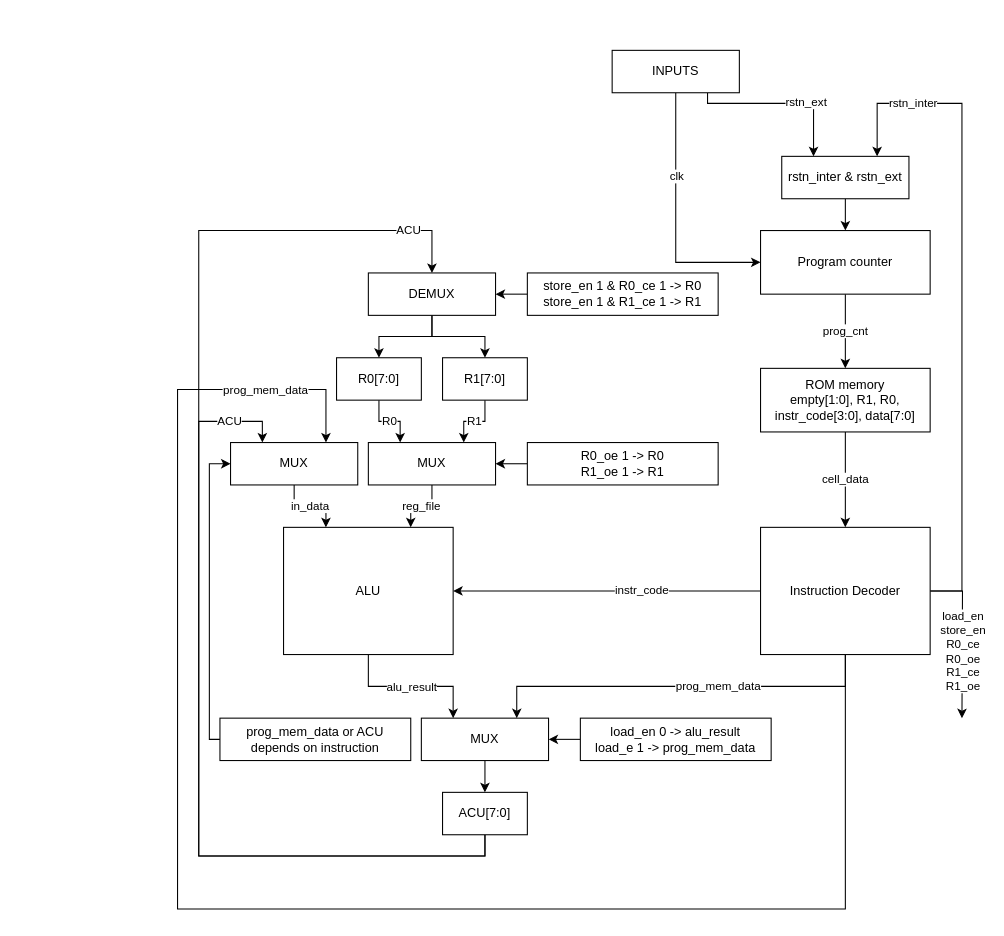
The draw.io diagram sch/hdl-processor.drawio in r-smalec/hdl-processor, before the edit. Source tidied: cells renumbered, new cells numbered last; positions are measured from the earlier drawing's top-left corner, leaving out a move shared by most shapes. Both pictures are drawn from the tidied source at 106%, with x=0, y=0 at pixel (177, 50).
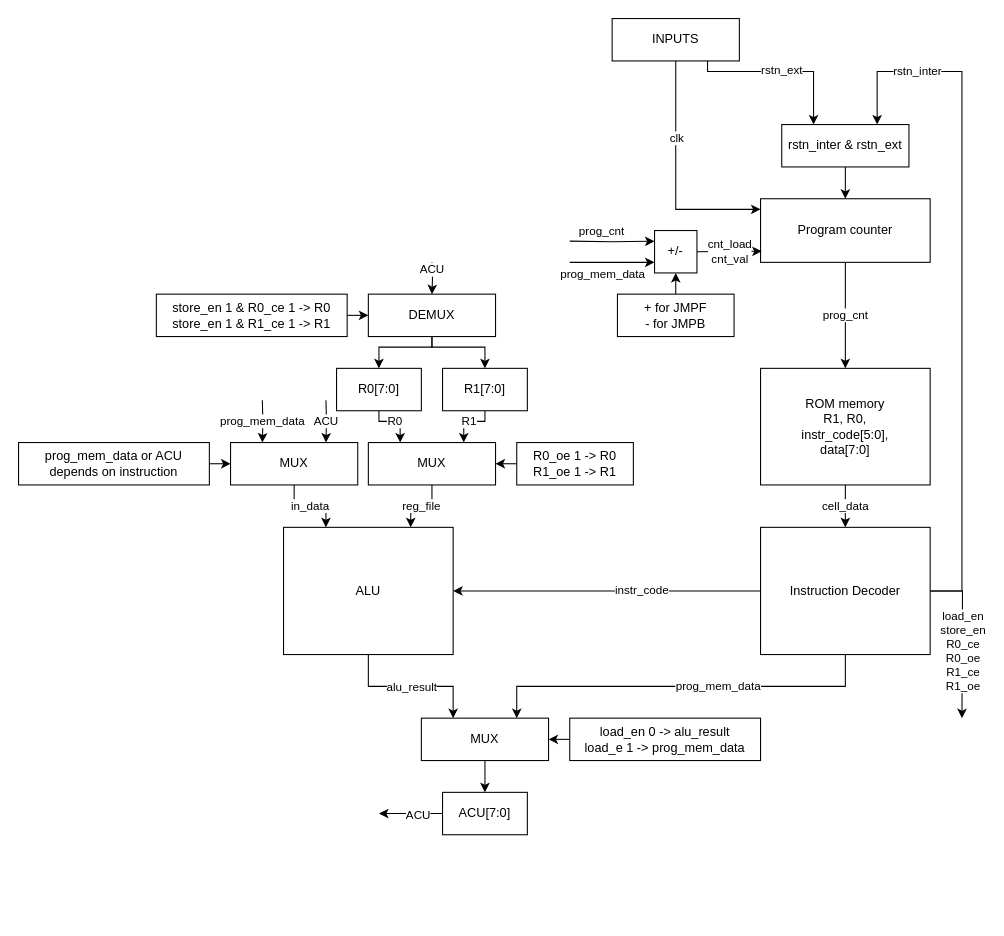
The same page after the edit.

The change refers to these unchanged cells:
```xml
<mxCell id="10" value="MUX" style="whiteSpace=wrap;html=1;" parent="1" vertex="1">
  <mxGeometry x="180" y="370" width="120" height="40" as="geometry" />
</mxCell>
<mxCell id="14" value="ACU[7:0]" style="whiteSpace=wrap;html=1;" parent="1" vertex="1">
  <mxGeometry x="250" y="700" width="80" height="40" as="geometry" />
</mxCell>
<mxCell id="23" value="Instruction Decoder" style="whiteSpace=wrap;html=1;" parent="1" vertex="1">
  <mxGeometry x="550" y="450" width="160" height="120" as="geometry" />
</mxCell>
<mxCell id="47" value="MUX" style="whiteSpace=wrap;html=1;" parent="1" vertex="1">
  <mxGeometry x="50" y="370" width="120" height="40" as="geometry" />
</mxCell>
```

Diff of the diagram source:
```diff
@@
     <mxCell id="6" value="R0[7:0]" style="whiteSpace=wrap;html=1;" parent="1" vertex="1">
-      <mxGeometry x="150" y="290" width="80" height="40" as="geometry" />
+      <mxGeometry x="150" y="300" width="80" height="40" as="geometry" />
     </mxCell>
     <mxCell id="7" value="R1" style="edgeStyle=orthogonalEdgeStyle;rounded=0;html=1;entryX=0.75;entryY=0;entryDx=0;entryDy=0;" parent="1" edge="1" source="8" target="10">
-      <mxGeometry relative="1" as="geometry" />
+      <mxGeometry relative="1" as="geometry">
+        <Array as="points">
+          <mxPoint x="290" y="350" />
+          <mxPoint x="270" y="350" />
+        </Array>
+      </mxGeometry>
     </mxCell>
     <mxCell id="8" value="R1[7:0]" style="whiteSpace=wrap;html=1;" parent="1" vertex="1">
-      <mxGeometry x="250" y="290" width="80" height="40" as="geometry" />
+      <mxGeometry x="250" y="300" width="80" height="40" as="geometry" />
     </mxCell>
@@
-    <mxCell id="11" style="edgeStyle=orthogonalEdgeStyle;rounded=0;html=1;entryX=0.5;entryY=0;entryDx=0;entryDy=0;" parent="1" edge="1" source="14" target="32">
-      <mxGeometry relative="1" as="geometry">
-        <Array as="points">
-          <mxPoint x="290" y="760" />
-          <mxPoint x="20" y="760" />
-          <mxPoint x="20" y="170" />
-          <mxPoint x="240" y="170" />
-        </Array>
-      </mxGeometry>
-    </mxCell>
+    <mxCell id="50" style="edgeStyle=orthogonalEdgeStyle;rounded=0;html=1;" parent="1" edge="1" source="14">
+      <mxGeometry relative="1" as="geometry">
+        <mxPoint x="190" y="720" as="targetPoint" />
+      </mxGeometry>
+    </mxCell>
-    <mxCell id="12" value="ACU" style="edgeLabel;html=1;align=center;verticalAlign=middle;" parent="11" vertex="1">
-      <mxGeometry x="0.89" y="1" relative="1" as="geometry" />
+    <mxCell id="12" value="ACU" style="edgeLabel;html=1;align=center;verticalAlign=middle;" parent="50" vertex="1">
+      <mxGeometry x="-0.21" y="1" relative="1" as="geometry" />
     </mxCell>
-    <mxCell id="13" value="ACU" style="edgeStyle=orthogonalEdgeStyle;rounded=0;html=1;entryX=0.25;entryY=0;entryDx=0;entryDy=0;" parent="1" edge="1" source="14" target="47">
-      <mxGeometry x="0.87" relative="1" as="geometry">
-        <Array as="points">
-          <mxPoint x="290" y="760" />
-          <mxPoint x="20" y="760" />
-          <mxPoint x="20" y="350" />
-          <mxPoint x="80" y="350" />
-        </Array>
-      </mxGeometry>
-    </mxCell>
@@
     <mxCell id="20" value="rstn_inter" style="edgeStyle=orthogonalEdgeStyle;rounded=0;html=1;entryX=0.75;entryY=0;entryDx=0;entryDy=0;" parent="1" edge="1" source="23" target="40">
       <mxGeometry x="0.73" relative="1" as="geometry">
         <Array as="points">
           <mxPoint x="740" y="510" />
-          <mxPoint x="740" y="50" />
-          <mxPoint x="660" y="50" />
+          <mxPoint x="740" y="20" />
+          <mxPoint x="660" y="20" />
         </Array>
       </mxGeometry>
     </mxCell>
-    <mxCell id="21" style="edgeStyle=orthogonalEdgeStyle;rounded=0;html=1;entryX=0.75;entryY=0;entryDx=0;entryDy=0;" parent="1" edge="1" source="23" target="47">
-      <mxGeometry relative="1" as="geometry">
-        <Array as="points">
-          <mxPoint x="630" y="810" />
-          <mxPoint y="810" />
-          <mxPoint y="320" />
-          <mxPoint x="140" y="320" />
-        </Array>
-      </mxGeometry>
-    </mxCell>
-    <mxCell id="22" value="prog_mem_data" style="edgeLabel;html=1;align=center;verticalAlign=middle;" parent="21" vertex="1">
-      <mxGeometry x="0.86" relative="1" as="geometry" />
-    </mxCell>
@@
     <mxCell id="27" value="load_en 0 -&amp;gt; alu_result&lt;br&gt;load_e 1 -&amp;gt; prog_mem_data" style="whiteSpace=wrap;html=1;" parent="1" vertex="1">
-      <mxGeometry x="380" y="630" width="180" height="40" as="geometry" />
+      <mxGeometry x="370" y="630" width="180" height="40" as="geometry" />
     </mxCell>
@@
     <mxCell id="29" value="R0_oe 1 -&amp;gt; R0&lt;br&gt;R1_oe 1&amp;nbsp;-&amp;gt; R1" style="whiteSpace=wrap;html=1;" parent="1" vertex="1">
-      <mxGeometry x="330" y="370" width="180" height="40" as="geometry" />
+      <mxGeometry x="320" y="370" width="110" height="40" as="geometry" />
     </mxCell>
     <mxCell id="30" style="edgeStyle=orthogonalEdgeStyle;rounded=0;html=1;entryX=0.5;entryY=0;entryDx=0;entryDy=0;" parent="1" edge="1" source="32" target="6">
-      <mxGeometry relative="1" as="geometry" />
+      <mxGeometry relative="1" as="geometry">
+        <Array as="points">
+          <mxPoint x="240" y="280" />
+          <mxPoint x="190" y="280" />
+        </Array>
+      </mxGeometry>
     </mxCell>
     <mxCell id="31" style="edgeStyle=orthogonalEdgeStyle;rounded=0;html=1;entryX=0.5;entryY=0;entryDx=0;entryDy=0;" parent="1" edge="1" source="32" target="8">
-      <mxGeometry relative="1" as="geometry" />
+      <mxGeometry relative="1" as="geometry">
+        <Array as="points">
+          <mxPoint x="240" y="280" />
+          <mxPoint x="290" y="280" />
+        </Array>
+      </mxGeometry>
     </mxCell>
     <mxCell id="32" value="DEMUX" style="whiteSpace=wrap;html=1;" parent="1" vertex="1">
-      <mxGeometry x="180" y="210" width="120" height="40" as="geometry" />
+      <mxGeometry x="180" y="230" width="120" height="40" as="geometry" />
     </mxCell>
-    <mxCell id="33" style="edgeStyle=orthogonalEdgeStyle;rounded=0;html=1;entryX=1;entryY=0.5;entryDx=0;entryDy=0;" parent="1" edge="1" source="34" target="32">
+    <mxCell id="33" style="edgeStyle=orthogonalEdgeStyle;rounded=0;html=1;entryX=0;entryY=0.5;entryDx=0;entryDy=0;" parent="1" edge="1" source="34" target="32">
       <mxGeometry relative="1" as="geometry" />
     </mxCell>
     <mxCell id="34" value="store_en 1 &amp;amp; R0_ce 1 -&amp;gt; R0&lt;br&gt;store_en 1 &amp;amp; R1_ce 1&amp;nbsp;-&amp;gt; R1" style="whiteSpace=wrap;html=1;" parent="1" vertex="1">
-      <mxGeometry x="330" y="210" width="180" height="40" as="geometry" />
+      <mxGeometry x="-20" y="230" width="180" height="40" as="geometry" />
     </mxCell>
@@
-    <mxCell id="36" value="ROM memory&lt;br&gt;empty[1:0], R1, R0, instr_code[3:0], data[7:0]" style="whiteSpace=wrap;html=1;" parent="1" vertex="1">
-      <mxGeometry x="550" y="300" width="160" height="60" as="geometry" />
+    <mxCell id="36" value="ROM memory&lt;br&gt;R1, R0,&lt;br&gt;instr_code[5:0],&lt;br&gt;data[7:0]" style="whiteSpace=wrap;html=1;" parent="1" vertex="1">
+      <mxGeometry x="550" y="300" width="160" height="110" as="geometry" />
     </mxCell>
-    <mxCell id="37" value="prog_cnt" style="edgeStyle=orthogonalEdgeStyle;rounded=0;html=1;" parent="1" edge="1" source="38" target="36">
+    <mxCell id="37" value="prog_cnt" style="edgeStyle=orthogonalEdgeStyle;rounded=0;html=1;exitX=0.5;exitY=1;exitDx=0;exitDy=0;" parent="1" edge="1" source="38" target="36">
       <mxGeometry relative="1" as="geometry" />
     </mxCell>
     <mxCell id="38" value="Program counter" style="whiteSpace=wrap;html=1;" parent="1" vertex="1">
-      <mxGeometry x="550" y="170" width="160" height="60" as="geometry" />
+      <mxGeometry x="550" y="140" width="160" height="60" as="geometry" />
     </mxCell>
@@
     <mxCell id="40" value="rstn_inter &amp;amp; rstn_ext" style="whiteSpace=wrap;html=1;" parent="1" vertex="1">
-      <mxGeometry x="570" y="100" width="120" height="40" as="geometry" />
+      <mxGeometry x="570" y="70" width="120" height="40" as="geometry" />
     </mxCell>
     <mxCell id="41" style="edgeStyle=orthogonalEdgeStyle;rounded=0;html=1;entryX=0.25;entryY=0;entryDx=0;entryDy=0;" parent="1" edge="1" source="45" target="40">
       <mxGeometry relative="1" as="geometry">
         <Array as="points">
-          <mxPoint x="500" y="50" />
-          <mxPoint x="600" y="50" />
+          <mxPoint x="500" y="20" />
+          <mxPoint x="600" y="20" />
         </Array>
       </mxGeometry>
     </mxCell>
     <mxCell id="42" value="rstn_ext" style="edgeLabel;html=1;align=center;verticalAlign=middle;" parent="41" vertex="1">
       <mxGeometry x="-0.61" y="2" relative="1" as="geometry">
-        <mxPoint x="71" as="offset" />
+        <mxPoint x="48" as="offset" />
       </mxGeometry>
     </mxCell>
-    <mxCell id="43" style="edgeStyle=orthogonalEdgeStyle;rounded=0;html=1;entryX=0;entryY=0.5;entryDx=0;entryDy=0;" parent="1" edge="1" source="45" target="38">
+    <mxCell id="43" style="edgeStyle=orthogonalEdgeStyle;rounded=0;html=1;" parent="1" edge="1" source="45">
       <mxGeometry relative="1" as="geometry">
+        <mxPoint x="550" y="150" as="targetPoint" />
         <Array as="points">
-          <mxPoint x="470" y="200" />
+          <mxPoint x="470" y="150" />
+          <mxPoint x="550" y="150" />
         </Array>
       </mxGeometry>
     </mxCell>
@@
     <mxCell id="45" value="INPUTS" style="whiteSpace=wrap;html=1;" parent="1" vertex="1">
-      <mxGeometry x="410" width="120" height="40" as="geometry" />
+      <mxGeometry x="410" y="-30" width="120" height="40" as="geometry" />
     </mxCell>
@@
     <mxCell id="48" style="edgeStyle=orthogonalEdgeStyle;rounded=0;html=1;entryX=0;entryY=0.5;entryDx=0;entryDy=0;" parent="1" edge="1" source="49" target="47">
-      <mxGeometry relative="1" as="geometry">
-        <Array as="points">
-          <mxPoint x="30" y="650" />
-          <mxPoint x="30" y="390" />
-        </Array>
-      </mxGeometry>
+      <mxGeometry relative="1" as="geometry" />
     </mxCell>
     <mxCell id="49" value="prog_mem_data or ACU depends on instruction" style="whiteSpace=wrap;html=1;" parent="1" vertex="1">
-      <mxGeometry x="40" y="630" width="180" height="40" as="geometry" />
+      <mxGeometry x="-150" y="370" width="180" height="40" as="geometry" />
     </mxCell>
+    <mxCell id="51" value="cnt_load&lt;br&gt;cnt_val" style="edgeStyle=none;html=1;entryX=0.007;entryY=0.826;entryDx=0;entryDy=0;entryPerimeter=0;" parent="1" edge="1" target="38">
+      <mxGeometry relative="1" as="geometry">
+        <mxPoint x="490" y="190" as="sourcePoint" />
+      </mxGeometry>
+    </mxCell>
+    <mxCell id="52" style="edgeStyle=orthogonalEdgeStyle;rounded=0;html=1;entryX=0;entryY=0.75;entryDx=0;entryDy=0;" parent="1" edge="1">
+      <mxGeometry relative="1" as="geometry">
+        <mxPoint x="370" y="200" as="sourcePoint" />
+        <mxPoint x="450" y="200" as="targetPoint" />
+        <Array as="points">
+          <mxPoint x="375" y="200" />
+        </Array>
+      </mxGeometry>
+    </mxCell>
+    <mxCell id="53" style="edgeLabel;html=1;align=center;verticalAlign=middle;" parent="52" vertex="1">
+      <mxGeometry x="-0.34" y="1" relative="1" as="geometry" />
+    </mxCell>
+    <mxCell id="22" value="prog_mem_data" style="edgeLabel;html=1;align=center;verticalAlign=middle;" parent="52" vertex="1">
+      <mxGeometry x="-0.36" relative="1" as="geometry">
+        <mxPoint x="4" y="10" as="offset" />
+      </mxGeometry>
+    </mxCell>
+    <mxCell id="54" value="ACU" style="edgeStyle=orthogonalEdgeStyle;rounded=0;html=1;" parent="1" edge="1" target="32">
+      <mxGeometry x="-0.51" relative="1" as="geometry">
+        <mxPoint x="240" y="200" as="sourcePoint" />
+      </mxGeometry>
+    </mxCell>
+    <mxCell id="55" value="ACU" style="edgeStyle=orthogonalEdgeStyle;rounded=0;html=1;entryX=0.75;entryY=0;entryDx=0;entryDy=0;" parent="1" edge="1" target="47">
+      <mxGeometry relative="1" as="geometry">
+        <mxPoint x="140" y="330" as="sourcePoint" />
+      </mxGeometry>
+    </mxCell>
+    <mxCell id="56" value="prog_mem_data" style="edgeStyle=orthogonalEdgeStyle;rounded=0;html=1;entryX=0.25;entryY=0;entryDx=0;entryDy=0;" parent="1" edge="1" target="47">
+      <mxGeometry relative="1" as="geometry">
+        <mxPoint x="80" y="330" as="sourcePoint" />
+      </mxGeometry>
+    </mxCell>
+    <mxCell id="57" style="edgeStyle=orthogonalEdgeStyle;rounded=0;html=1;entryX=0.5;entryY=1;entryDx=0;entryDy=0;" parent="1" edge="1" source="58">
+      <mxGeometry relative="1" as="geometry">
+        <mxPoint x="470" y="210" as="targetPoint" />
+      </mxGeometry>
+    </mxCell>
+    <mxCell id="58" value="+ for JMPF&lt;br&gt;- for JMPB" style="whiteSpace=wrap;html=1;" parent="1" vertex="1">
+      <mxGeometry x="415" y="230" width="110" height="40" as="geometry" />
+    </mxCell>
+    <mxCell id="59" value="+/-" style="whiteSpace=wrap;html=1;" parent="1" vertex="1">
+      <mxGeometry x="450" y="170" width="40" height="40" as="geometry" />
+    </mxCell>
+    <mxCell id="60" style="edgeStyle=orthogonalEdgeStyle;rounded=0;html=1;entryX=0;entryY=0.25;entryDx=0;entryDy=0;" parent="1" edge="1" target="59">
+      <mxGeometry relative="1" as="geometry">
+        <mxPoint x="370" y="180" as="sourcePoint" />
+      </mxGeometry>
+    </mxCell>
+    <mxCell id="61" value="prog_cnt" style="edgeLabel;html=1;align=center;verticalAlign=middle;" parent="60" vertex="1">
+      <mxGeometry x="0.14" relative="1" as="geometry">
+        <mxPoint x="-16" y="-10" as="offset" />
+      </mxGeometry>
+    </mxCell>
```
